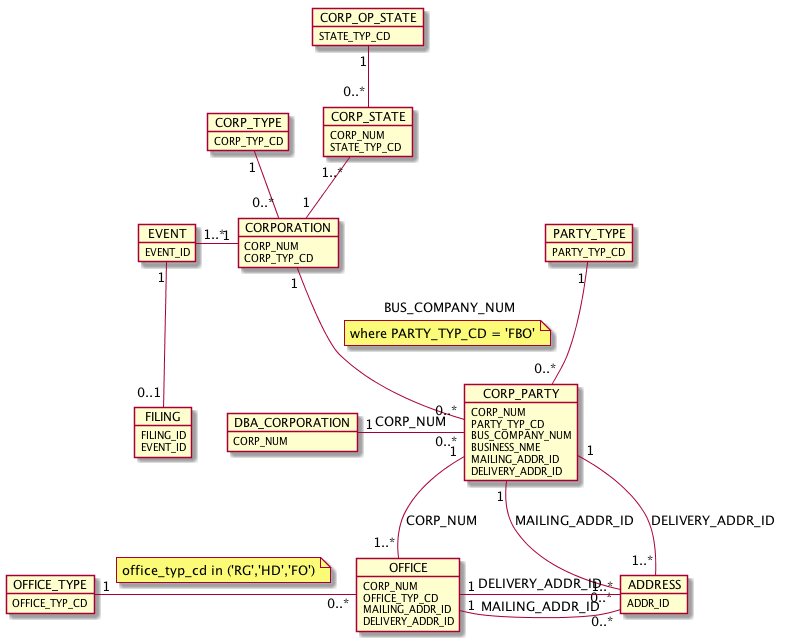
bcgov/von-bc-registries-agent keeps this PlantUML diagram as doc/BCReg-DBA-Data-Model.png. Above is the earlier version.
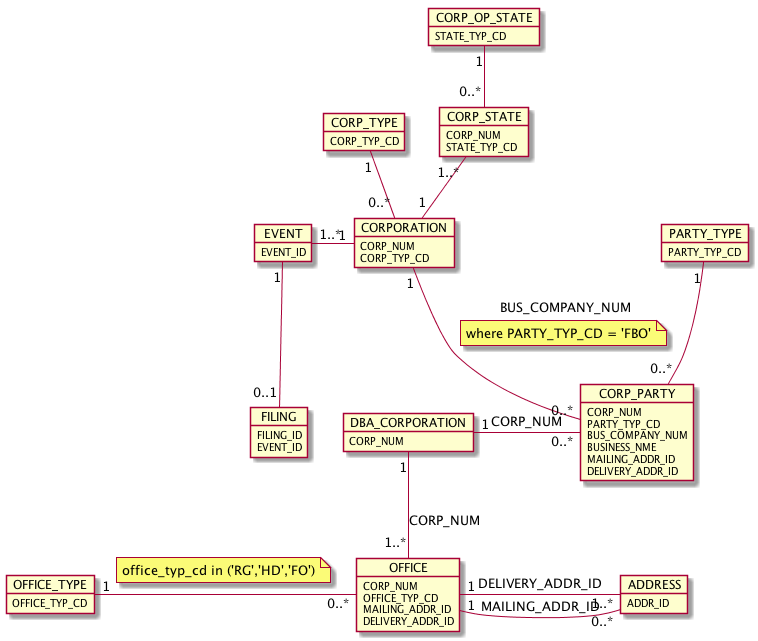
After the change.

What changed in the source:
```diff
@@ -70,13 +70,11 @@
 
 PARTY_TYPE "1" -- "0..*" CORP_PARTY
 
-CORP_PARTY "1" -down- "1..*" ADDRESS : DELIVERY_ADDR_ID
-CORP_PARTY "1" -down- "0..*" ADDRESS : MAILING_ADDR_ID
 
 OFFICE_TYPE "1" -right- "0..*" OFFICE
 note on link : office_typ_cd in ('RG','HD','FO')
 
-CORP_PARTY "1" -right- "1..*" OFFICE : CORP_NUM
+DBA_CORPORATION "1" -down- "1..*" OFFICE : CORP_NUM
 
 OFFICE "1" -right- "1..*" ADDRESS : DELIVERY_ADDR_ID
 OFFICE "1" -right- "0..*" ADDRESS : MAILING_ADDR_ID
```
